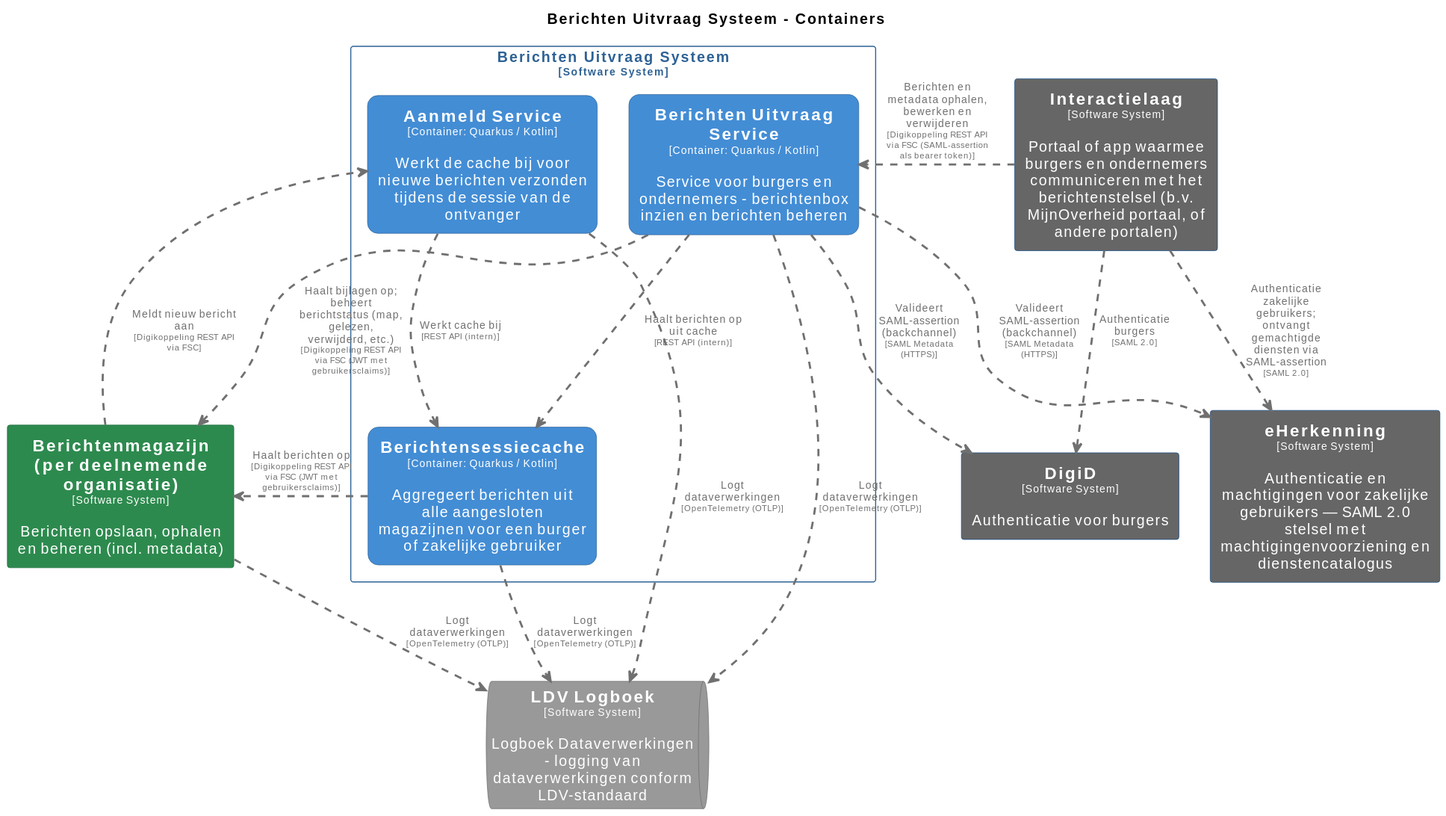
MinBZK/moza-poc-fbs-berichtenbox keeps this PlantUML diagram as pr-preview/pr-22/master/svg/BerichtenUitvraagSysteemContainers.svg. Above is the earlier version. Its source is kept beside it as pr-preview/pr-22/master/puml/BerichtenUitvraagSysteemContainers.puml.
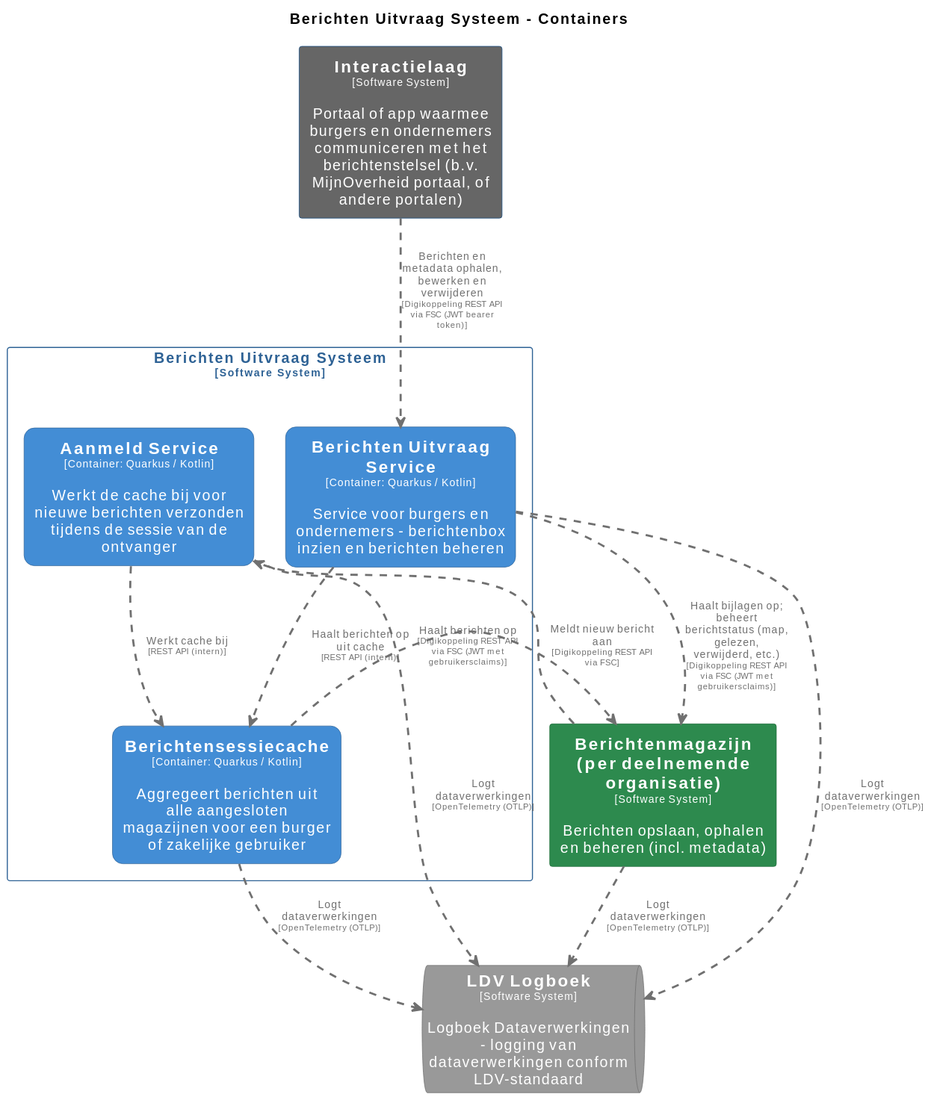
The same file after the commit.

The edit, as a diff of the source:
```diff
@@ -42,12 +42,6 @@
   roundCorner 20
   shadowing false
 }
-skinparam rectangle<<DigiD>> {
-  BackgroundColor #666666
-  FontColor #ffffff
-  BorderColor #0b4884
-  shadowing false
-}
 skinparam rectangle<<Interactielaag>> {
   BackgroundColor #666666
   FontColor #ffffff
@@ -60,12 +54,6 @@
   BorderColor #6b6b6b
   shadowing false
 }
-skinparam rectangle<<eHerkenning>> {
-  BackgroundColor #666666
-  FontColor #ffffff
-  BorderColor #0b4884
-  shadowing false
-}
 skinparam rectangle<<BerichtenUitvraagSysteem>> {
   BorderColor #2e6295
   FontColor #2e6295
@@ -73,8 +61,6 @@
 }
 
 rectangle "==Interactielaag\n<size:10>[Software System]</size>\n\nPortaal of app waarmee burgers en ondernemers communiceren met het berichtenstelsel (b.v. MijnOverheid portaal, of andere portalen)" <<Interactielaag>> as Interactielaag
-rectangle "==eHerkenning\n<size:10>[Software System]</size>\n\nAuthenticatie en machtigingen voor zakelijke gebruikers — SAML 2.0 stelsel met machtigingenvoorziening en dienstencatalogus" <<eHerkenning>> as eHerkenning
-rectangle "==DigiD\n<size:10>[Software System]</size>\n\nAuthenticatie voor burgers" <<DigiD>> as DigiD
 rectangle "==Berichtenmagazijn (per deelnemende organisatie)\n<size:10>[Software System]</size>\n\nBerichten opslaan, ophalen en beheren (incl. metadata)" <<Berichtenmagazijnperdeelnemendeorganisatie>> as Berichtenmagazijnperdeelnemendeorganisatie
 queue "==LDV Logboek\n<size:10>[Software System]</size>\n\nLogboek Dataverwerkingen - logging van dataverwerkingen conform LDV-standaard" <<LDVLogboek>> as LDVLogboek
 
@@ -84,18 +70,14 @@
   rectangle "==Aanmeld Service\n<size:10>[Container: Quarkus / Kotlin]</size>\n\nWerkt de cache bij voor nieuwe berichten verzonden tijdens de sessie van de ontvanger" <<BerichtenUitvraagSysteem.AanmeldService>> as BerichtenUitvraagSysteem.AanmeldService
 }
 
-BerichtenUitvraagSysteem.Berichtensessiecache .[#707070,thickness=2].> Berichtenmagazijnperdeelnemendeorganisatie : "<color:#707070>Haalt berichten op\n<color:#707070><size:8>[Digikoppeling REST API via FSC (JWT met gebruikersclaims)]</size>"
 Berichtenmagazijnperdeelnemendeorganisatie .[#707070,thickness=2].> LDVLogboek : "<color:#707070>Logt dataverwerkingen\n<color:#707070><size:8>[OpenTelemetry (OTLP)]</size>"
 BerichtenUitvraagSysteem.Berichtensessiecache .[#707070,thickness=2].> LDVLogboek : "<color:#707070>Logt dataverwerkingen\n<color:#707070><size:8>[OpenTelemetry (OTLP)]</size>"
 BerichtenUitvraagSysteem.AanmeldService .[#707070,thickness=2].> LDVLogboek : "<color:#707070>Logt dataverwerkingen\n<color:#707070><size:8>[OpenTelemetry (OTLP)]</size>"
 BerichtenUitvraagSysteem.BerichtenUitvraagService .[#707070,thickness=2].> LDVLogboek : "<color:#707070>Logt dataverwerkingen\n<color:#707070><size:8>[OpenTelemetry (OTLP)]</size>"
 BerichtenUitvraagSysteem.AanmeldService .[#707070,thickness=2].> BerichtenUitvraagSysteem.Berichtensessiecache : "<color:#707070>Werkt cache bij\n<color:#707070><size:8>[REST API (intern)]</size>"
 BerichtenUitvraagSysteem.BerichtenUitvraagService .[#707070,thickness=2].> BerichtenUitvraagSysteem.Berichtensessiecache : "<color:#707070>Haalt berichten op uit cache\n<color:#707070><size:8>[REST API (intern)]</size>"
-Interactielaag .[#707070,thickness=2].> BerichtenUitvraagSysteem.BerichtenUitvraagService : "<color:#707070>Berichten en metadata ophalen, bewerken en verwijderen\n<color:#707070><size:8>[Digikoppeling REST API via FSC (SAML-assertion als bearer token)]</size>"
-Interactielaag .[#707070,thickness=2].> DigiD : "<color:#707070>Authenticatie burgers\n<color:#707070><size:8>[SAML 2.0]</size>"
-Interactielaag .[#707070,thickness=2].> eHerkenning : "<color:#707070>Authenticatie zakelijke gebruikers; ontvangt gemachtigde diensten via SAML-assertion\n<color:#707070><size:8>[SAML 2.0]</size>"
-BerichtenUitvraagSysteem.BerichtenUitvraagService .[#707070,thickness=2].> eHerkenning : "<color:#707070>Valideert SAML-assertion (backchannel)\n<color:#707070><size:8>[SAML Metadata (HTTPS)]</size>"
-BerichtenUitvraagSysteem.BerichtenUitvraagService .[#707070,thickness=2].> DigiD : "<color:#707070>Valideert SAML-assertion (backchannel)\n<color:#707070><size:8>[SAML Metadata (HTTPS)]</size>"
+Interactielaag .[#707070,thickness=2].> BerichtenUitvraagSysteem.BerichtenUitvraagService : "<color:#707070>Berichten en metadata ophalen, bewerken en verwijderen\n<color:#707070><size:8>[Digikoppeling REST API via FSC (JWT bearer token)]</size>"
 BerichtenUitvraagSysteem.BerichtenUitvraagService .[#707070,thickness=2].> Berichtenmagazijnperdeelnemendeorganisatie : "<color:#707070>Haalt bijlagen op; beheert berichtstatus (map, gelezen, verwijderd, etc.)\n<color:#707070><size:8>[Digikoppeling REST API via FSC (JWT met gebruikersclaims)]</size>"
 Berichtenmagazijnperdeelnemendeorganisatie .[#707070,thickness=2].> BerichtenUitvraagSysteem.AanmeldService : "<color:#707070>Meldt nieuw bericht aan\n<color:#707070><size:8>[Digikoppeling REST API via FSC]</size>"
+BerichtenUitvraagSysteem.Berichtensessiecache .[#707070,thickness=2].> Berichtenmagazijnperdeelnemendeorganisatie : "<color:#707070>Haalt berichten op\n<color:#707070><size:8>[Digikoppeling REST API via FSC (JWT met gebruikersclaims)]</size>"
 @enduml
```
